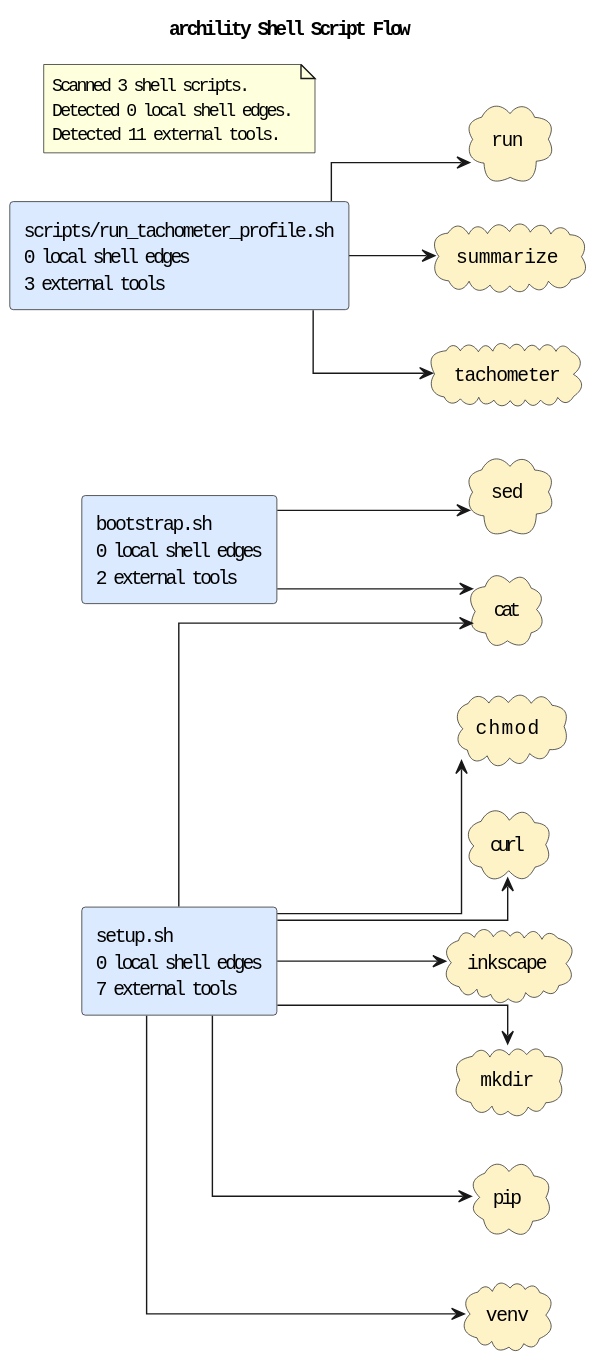
The PlantUML diagram docs/diagrams/shell-call-graph.puml.svg in casonk/archility, before a commit.
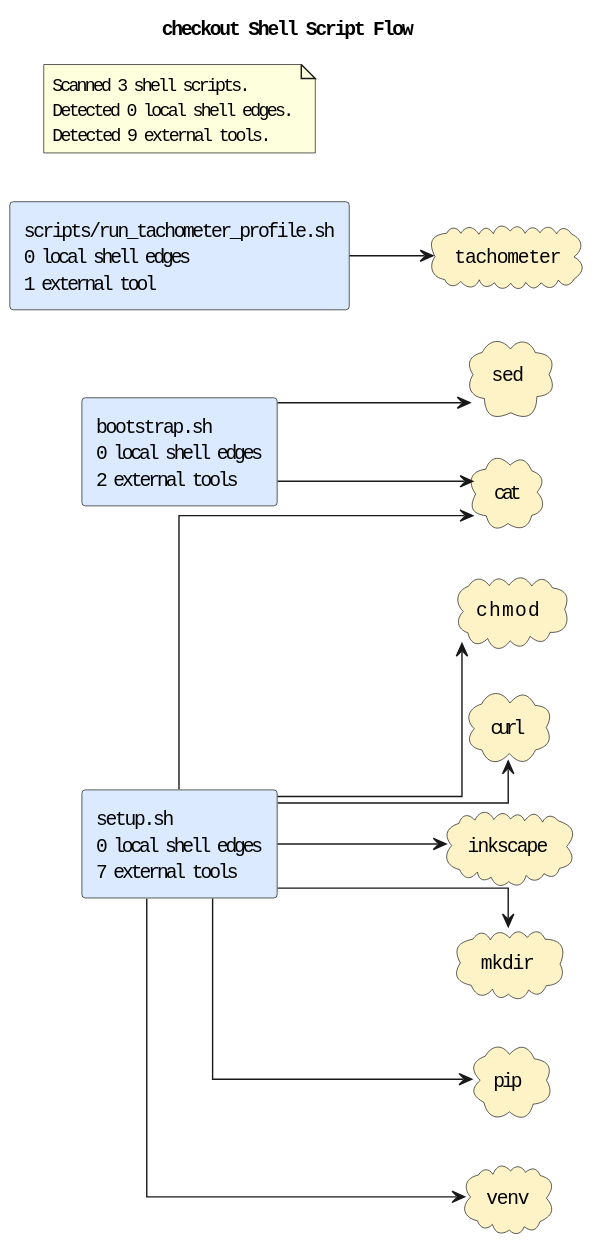
The same diagram one commit later.

The edit, as a diff of the source:
```diff
@@ -1,12 +1,12 @@
 @startuml
-title archility Shell Script Flow
+title checkout Shell Script Flow
 left to right direction
 skinparam shadowing false
 skinparam defaultFontName Monospace
 skinparam componentStyle rectangle
 skinparam linetype ortho
 rectangle "bootstrap.sh\n0 local shell edges\n2 external tools" as shell_bootstrap_sh #DBEAFE
-rectangle "scripts/run_tachometer_profile.sh\n0 local shell edges\n3 external tools" as shell_scripts_run_tachometer_profile_sh #DBEAFE
+rectangle "scripts/run_tachometer_profile.sh\n0 local shell edges\n1 external tool" as shell_scripts_run_tachometer_profile_sh #DBEAFE
 rectangle "setup.sh\n0 local shell edges\n7 external tools" as shell_setup_sh #DBEAFE
 cloud "cat" as tool_cat #FEF3C7
 cloud "chmod" as tool_chmod #FEF3C7
@@ -14,15 +14,11 @@
 cloud "inkscape" as tool_inkscape #FEF3C7
 cloud "mkdir" as tool_mkdir #FEF3C7
 cloud "pip" as tool_pip #FEF3C7
-cloud "run" as tool_run #FEF3C7
 cloud "sed" as tool_sed #FEF3C7
-cloud "summarize" as tool_summarize #FEF3C7
 cloud "tachometer" as tool_tachometer #FEF3C7
 cloud "venv" as tool_venv #FEF3C7
 shell_bootstrap_sh --> tool_cat
 shell_bootstrap_sh --> tool_sed
-shell_scripts_run_tachometer_profile_sh --> tool_run
-shell_scripts_run_tachometer_profile_sh --> tool_summarize
 shell_scripts_run_tachometer_profile_sh --> tool_tachometer
 shell_setup_sh --> tool_cat
 shell_setup_sh --> tool_chmod
@@ -34,6 +30,6 @@
 note as shellGraphSummary
 Scanned 3 shell scripts.
 Detected 0 local shell edges.
-Detected 11 external tools.
+Detected 9 external tools.
 end note
 @enduml
```
